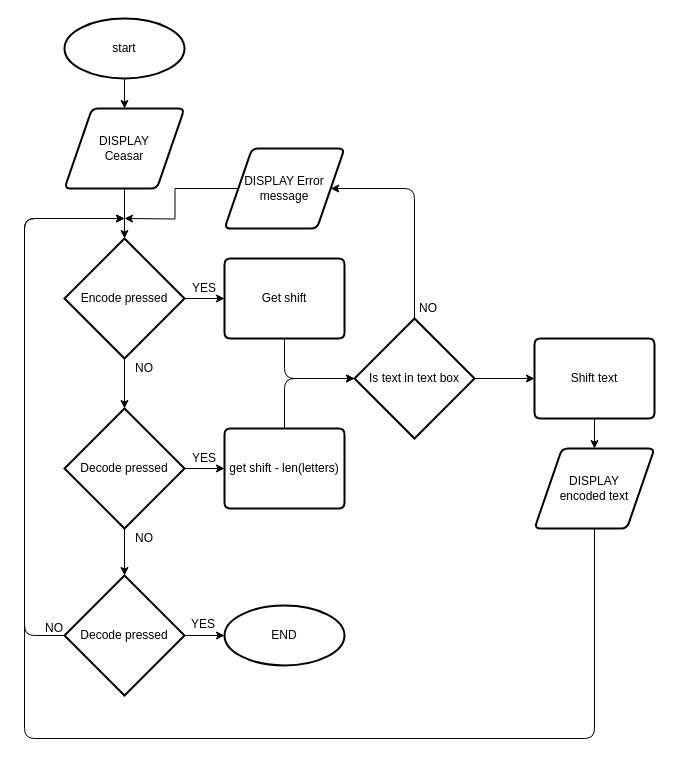
Earlier version of the draw.io diagram page "Ceasar / Viginere" (2 of 2) of Main Python Project/writeup/Flow charts.drawio (Wytonjedi/Alevel-Python-Project). Source tidied: cells renumbered, new cells numbered last; positions are measured from the earlier drawing's top-left corner, leaving out a move shared by most shapes. Both pictures are drawn from the tidied source at 100%, with x=0, y=0 at pixel (24, 18).
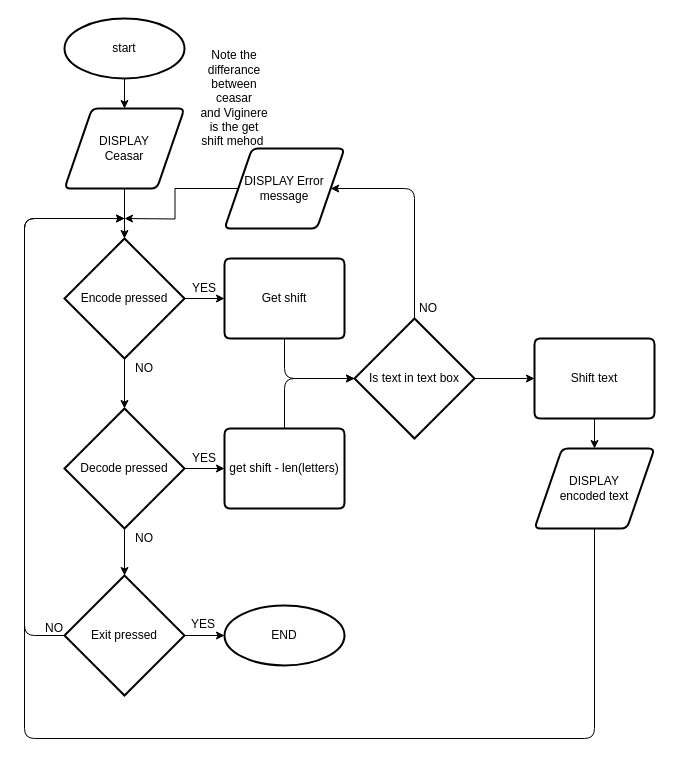
After the change.

The edit, as a diff of the source:
```diff
@@
-    <mxCell id="31" value="Decode pressed" style="rhombus;whiteSpace=wrap;html=1;strokeWidth=2;snapToPoint=1;" parent="1" vertex="1">
+    <mxCell id="31" value="Exit pressed" style="rhombus;whiteSpace=wrap;html=1;strokeWidth=2;snapToPoint=1;" parent="1" vertex="1">
       <mxGeometry x="40" y="557" width="120" height="120" as="geometry" />
     </mxCell>
@@
+    <mxCell id="36" value="Note the differance between ceasar and&amp;nbsp;Viginere is the get shift mehod&amp;nbsp;" style="text;html=1;strokeColor=none;fillColor=none;align=center;verticalAlign=middle;whiteSpace=wrap;rounded=0;" parent="1" vertex="1">
+      <mxGeometry x="190" y="70" width="40" height="20" as="geometry" />
+    </mxCell>
```
